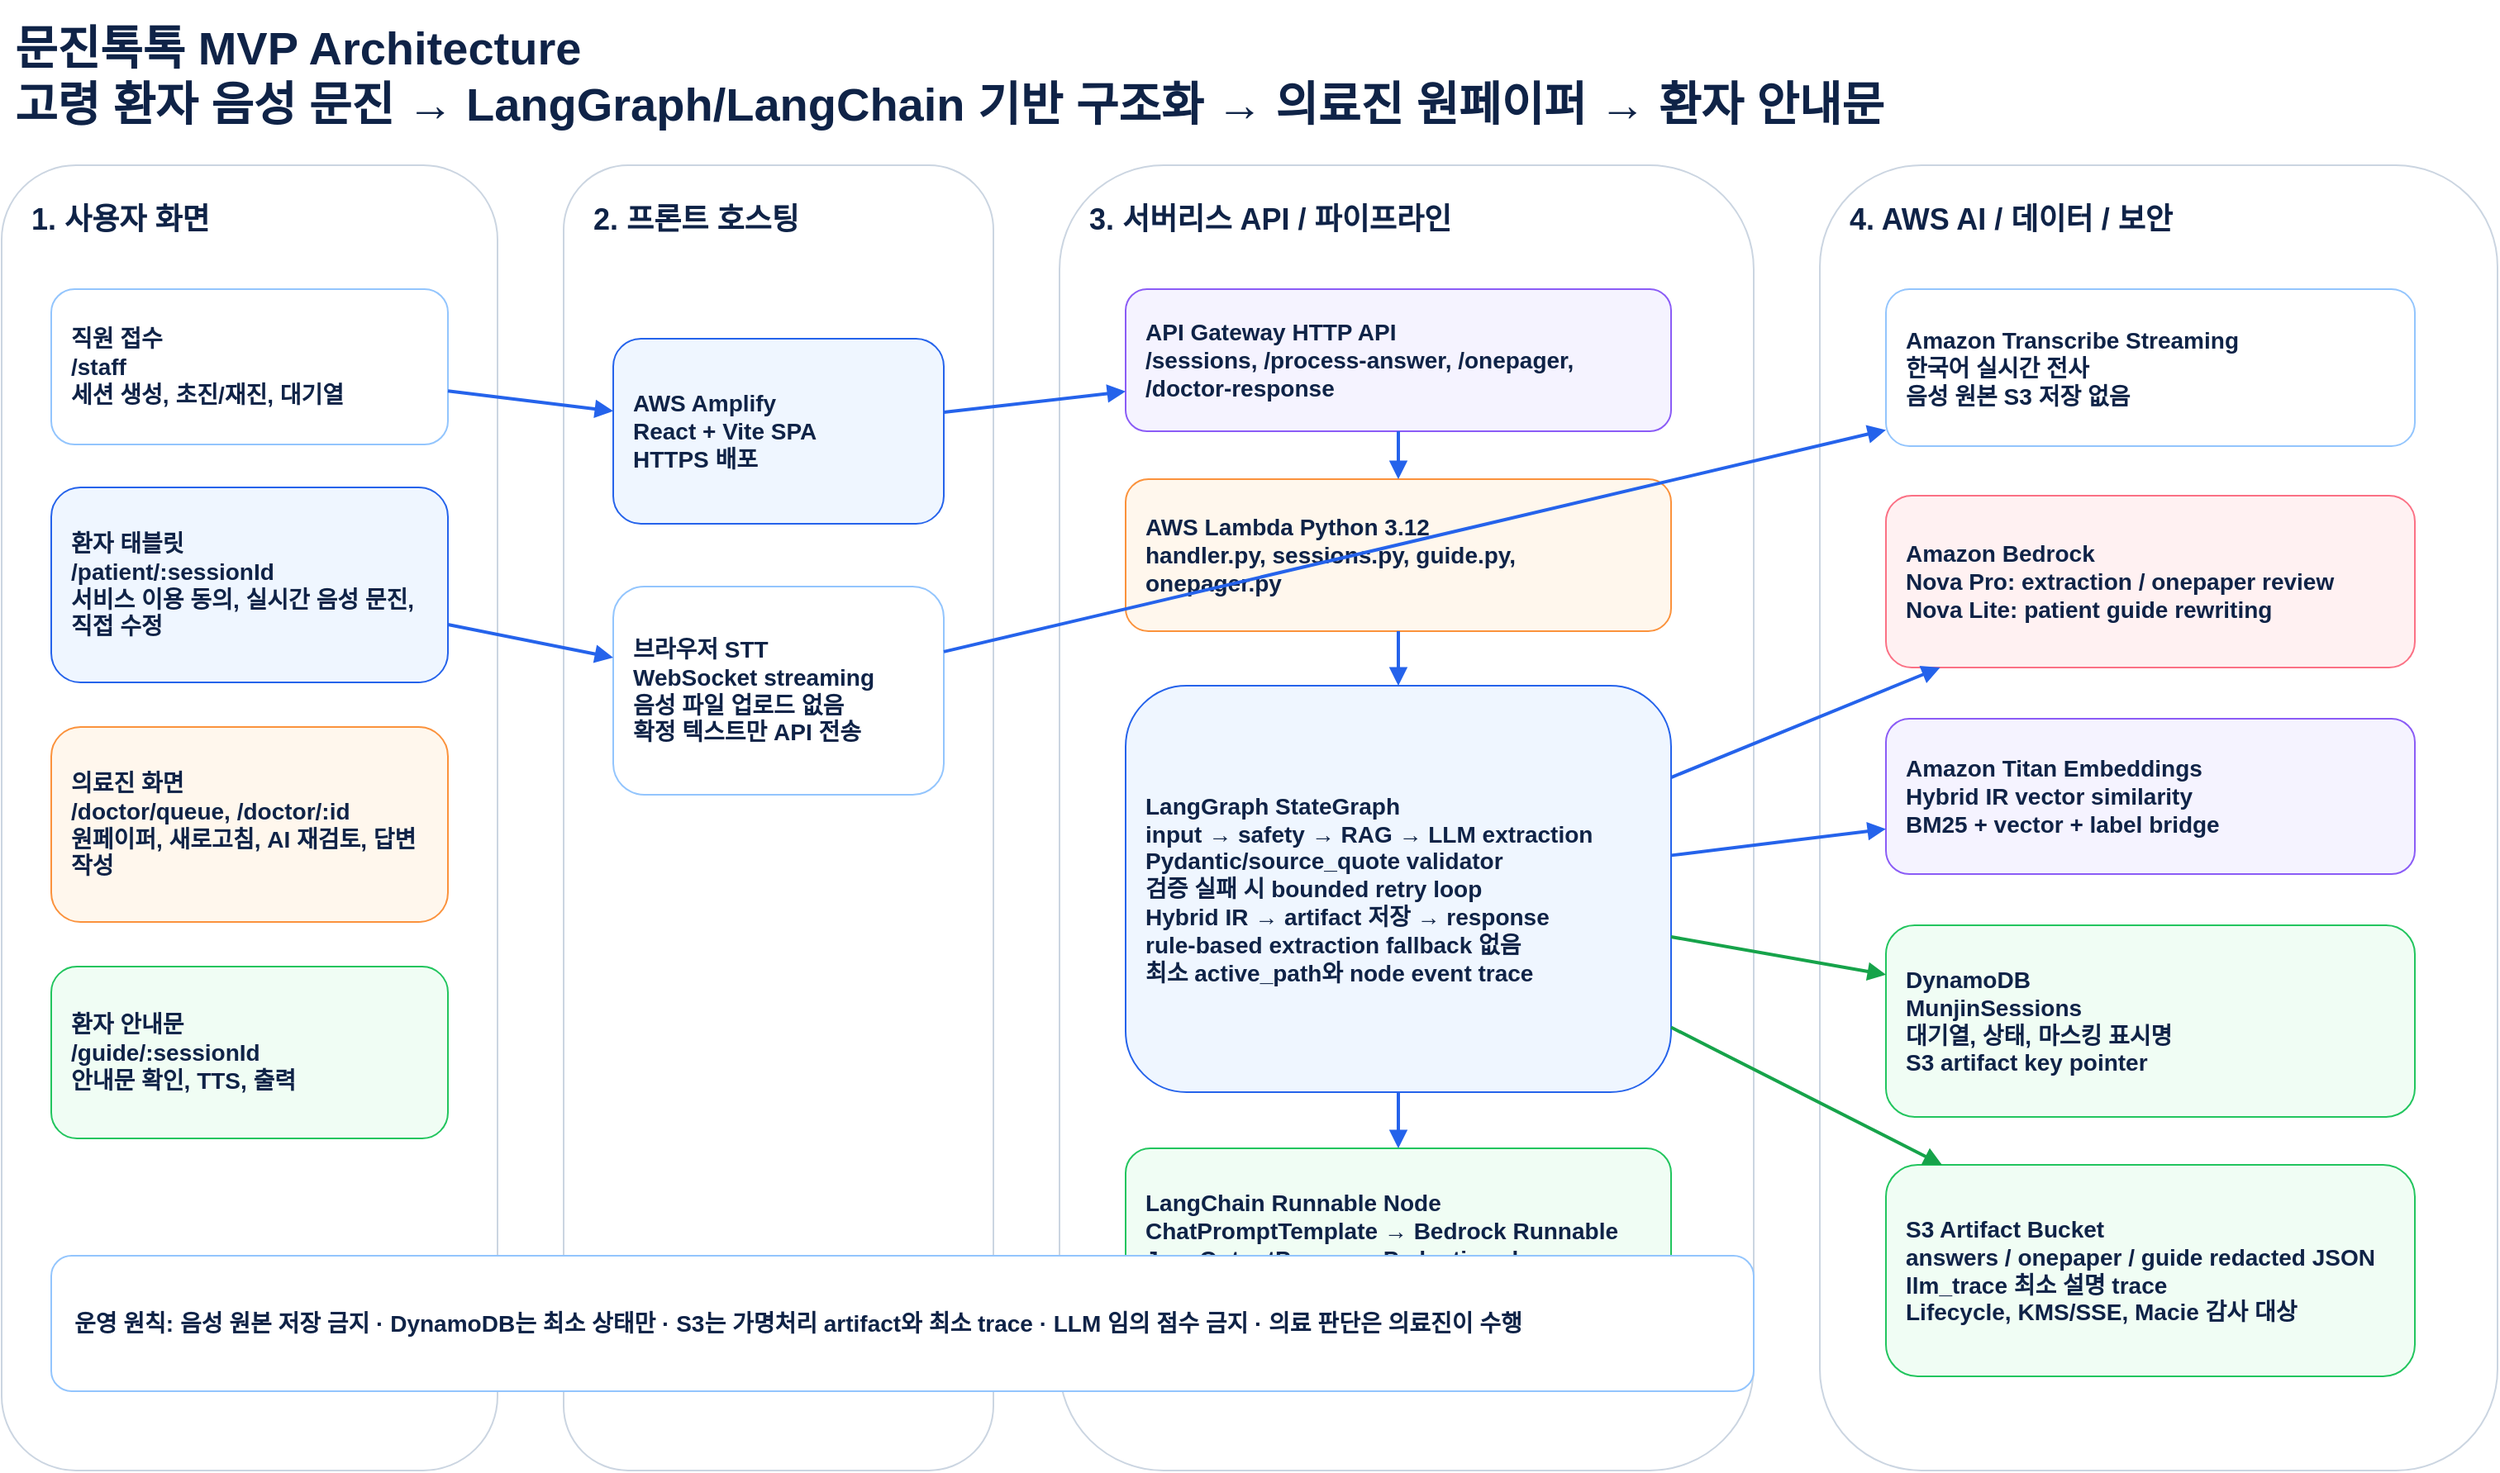
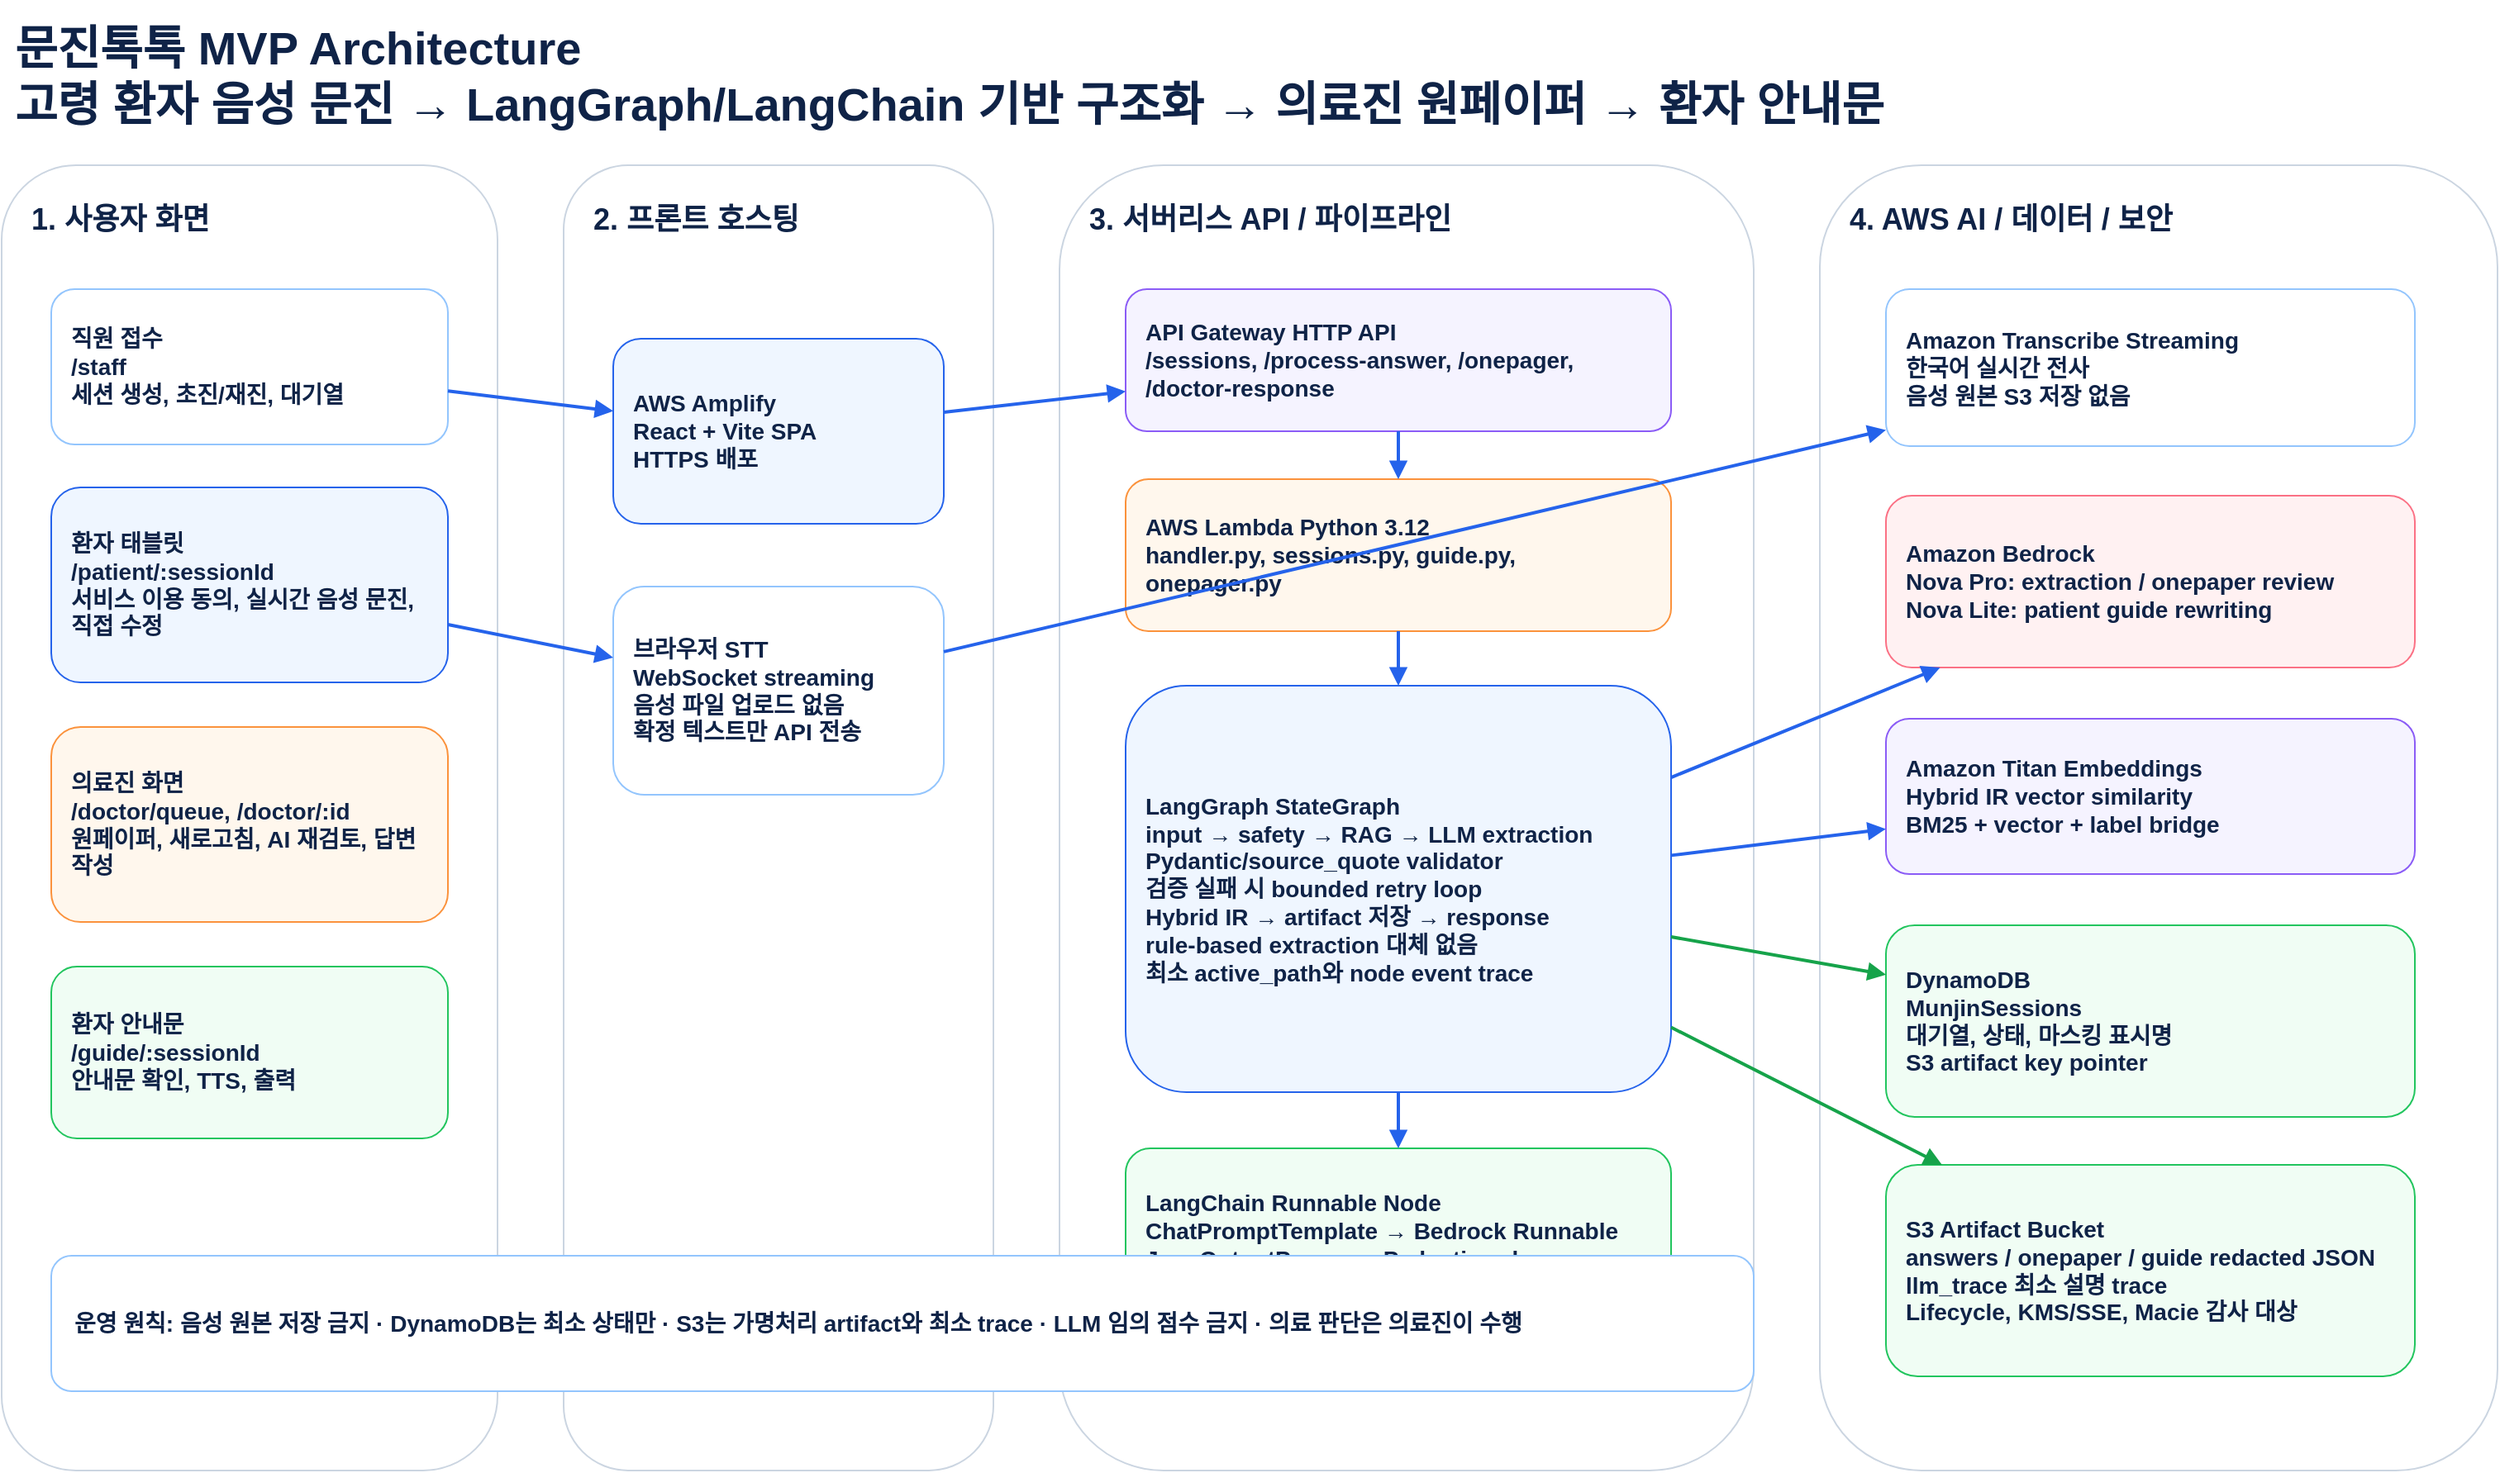
<mxfile host="app.diagrams.net" modified="2026-06-08T00:00:00.000Z" agent="Codex" version="24.7.17">
  <diagram id="munjin-architecture" name="문진톡톡 MVP Architecture">
    <mxGraphModel dx="1600" dy="1040" grid="1" gridSize="10" guides="1" tooltips="1" connect="1" arrows="1" fold="1" page="1" pageScale="1" pageWidth="1600" pageHeight="1040" math="0" shadow="0">
      <root>
        <mxCell id="0"/>
        <mxCell id="1" parent="0"/>
        <mxCell id="title" value="문진톡톡 MVP Architecture&#xa;고령 환자 음성 문진 → LangGraph/LangChain 기반 구조화 → 의료진 원페이퍼 → 환자 안내문" style="text;html=1;strokeColor=none;fillColor=none;fontSize=28;fontStyle=1;fontColor=#0f2347;align=left;verticalAlign=top;spacing=8;" vertex="1" parent="1">
          <mxGeometry x="40" y="30" width="900" height="80" as="geometry"/>
        </mxCell>
        <mxCell id="laneClient" value="1. 사용자 화면" style="rounded=1;whiteSpace=wrap;html=1;fillColor=#ffffff;strokeColor=#cbd5e1;fontSize=18;fontStyle=1;fontColor=#0f2347;align=left;verticalAlign=top;spacing=18;" vertex="1" parent="1">
          <mxGeometry x="40" y="130" width="300" height="790" as="geometry"/>
        </mxCell>
        <mxCell id="staff" value="직원 접수&#xa;/staff&#xa;세션 생성, 초진/재진, 대기열" style="rounded=1;whiteSpace=wrap;html=1;fillColor=#ffffff;strokeColor=#93c5fd;fontSize=14;fontStyle=1;fontColor=#0f2347;align=left;spacing=12;" vertex="1" parent="1">
          <mxGeometry x="70" y="205" width="240" height="94" as="geometry"/>
        </mxCell>
        <mxCell id="patient" value="환자 태블릿&#xa;/patient/:sessionId&#xa;서비스 이용 동의, 실시간 음성 문진, 직접 수정" style="rounded=1;whiteSpace=wrap;html=1;fillColor=#eff6ff;strokeColor=#2563eb;fontSize=14;fontStyle=1;fontColor=#0f2347;align=left;spacing=12;" vertex="1" parent="1">
          <mxGeometry x="70" y="325" width="240" height="118" as="geometry"/>
        </mxCell>
        <mxCell id="doctor" value="의료진 화면&#xa;/doctor/queue, /doctor/:id&#xa;원페이퍼, 새로고침, AI 재검토, 답변 작성" style="rounded=1;whiteSpace=wrap;html=1;fillColor=#fff7ed;strokeColor=#fb923c;fontSize=14;fontStyle=1;fontColor=#0f2347;align=left;spacing=12;" vertex="1" parent="1">
          <mxGeometry x="70" y="470" width="240" height="118" as="geometry"/>
        </mxCell>
        <mxCell id="guide" value="환자 안내문&#xa;/guide/:sessionId&#xa;안내문 확인, TTS, 출력" style="rounded=1;whiteSpace=wrap;html=1;fillColor=#f0fdf4;strokeColor=#22c55e;fontSize=14;fontStyle=1;fontColor=#0f2347;align=left;spacing=12;" vertex="1" parent="1">
          <mxGeometry x="70" y="615" width="240" height="104" as="geometry"/>
        </mxCell>
        <mxCell id="laneHosting" value="2. 프론트 호스팅" style="rounded=1;whiteSpace=wrap;html=1;fillColor=#ffffff;strokeColor=#cbd5e1;fontSize=18;fontStyle=1;fontColor=#0f2347;align=left;verticalAlign=top;spacing=18;" vertex="1" parent="1">
          <mxGeometry x="380" y="130" width="260" height="790" as="geometry"/>
        </mxCell>
        <mxCell id="amplify" value="AWS Amplify&#xa;React + Vite SPA&#xa;HTTPS 배포" style="rounded=1;whiteSpace=wrap;html=1;fillColor=#eff6ff;strokeColor=#2563eb;fontSize=14;fontStyle=1;fontColor=#0f2347;align=left;spacing=12;" vertex="1" parent="1">
          <mxGeometry x="410" y="235" width="200" height="112" as="geometry"/>
        </mxCell>
        <mxCell id="browserStt" value="브라우저 STT&#xa;WebSocket streaming&#xa;음성 파일 업로드 없음&#xa;확정 텍스트만 API 전송" style="rounded=1;whiteSpace=wrap;html=1;fillColor=#ffffff;strokeColor=#93c5fd;fontSize=14;fontStyle=1;fontColor=#0f2347;align=left;spacing=12;" vertex="1" parent="1">
          <mxGeometry x="410" y="385" width="200" height="126" as="geometry"/>
        </mxCell>
        <mxCell id="laneApi" value="3. 서버리스 API / 파이프라인" style="rounded=1;whiteSpace=wrap;html=1;fillColor=#ffffff;strokeColor=#cbd5e1;fontSize=18;fontStyle=1;fontColor=#0f2347;align=left;verticalAlign=top;spacing=18;" vertex="1" parent="1">
          <mxGeometry x="680" y="130" width="420" height="790" as="geometry"/>
        </mxCell>
        <mxCell id="api" value="API Gateway HTTP API&#xa;/sessions, /process-answer, /onepager, /doctor-response" style="rounded=1;whiteSpace=wrap;html=1;fillColor=#f5f3ff;strokeColor=#8b5cf6;fontSize=14;fontStyle=1;fontColor=#0f2347;align=left;spacing=12;" vertex="1" parent="1">
          <mxGeometry x="720" y="205" width="330" height="86" as="geometry"/>
        </mxCell>
        <mxCell id="lambda" value="AWS Lambda Python 3.12&#xa;handler.py, sessions.py, guide.py, onepager.py" style="rounded=1;whiteSpace=wrap;html=1;fillColor=#fff7ed;strokeColor=#fb923c;fontSize=14;fontStyle=1;fontColor=#0f2347;align=left;spacing=12;" vertex="1" parent="1">
          <mxGeometry x="720" y="320" width="330" height="92" as="geometry"/>
        </mxCell>
-         <mxCell id="langgraph" value="LangGraph StateGraph&#xa;input → safety → RAG → LLM extraction&#xa;Pydantic/source_quote validator&#xa;검증 실패 시 bounded retry loop&#xa;Hybrid IR → artifact 저장 → response&#xa;rule-based extraction fallback 없음&#xa;최소 active_path와 node event trace" style="rounded=1;whiteSpace=wrap;html=1;fillColor=#eff6ff;strokeColor=#2563eb;fontSize=14;fontStyle=1;fontColor=#0f2347;align=left;spacing=12;" vertex="1" parent="1">
+         <mxCell id="langgraph" value="LangGraph StateGraph&#xa;input → safety → RAG → LLM extraction&#xa;Pydantic/source_quote validator&#xa;검증 실패 시 bounded retry loop&#xa;Hybrid IR → artifact 저장 → response&#xa;rule-based extraction 대체 없음&#xa;최소 active_path와 node event trace" style="rounded=1;whiteSpace=wrap;html=1;fillColor=#eff6ff;strokeColor=#2563eb;fontSize=14;fontStyle=1;fontColor=#0f2347;align=left;spacing=12;" vertex="1" parent="1">
          <mxGeometry x="720" y="445" width="330" height="246" as="geometry"/>
        </mxCell>
        <mxCell id="langchain" value="LangChain Runnable Node&#xa;ChatPromptTemplate → Bedrock Runnable&#xa;JsonOutputParser → Pydantic schema" style="rounded=1;whiteSpace=wrap;html=1;fillColor=#f0fdf4;strokeColor=#22c55e;fontSize=14;fontStyle=1;fontColor=#0f2347;align=left;spacing=12;" vertex="1" parent="1">
          <mxGeometry x="720" y="725" width="330" height="100" as="geometry"/>
        </mxCell>
        <mxCell id="laneAws" value="4. AWS AI / 데이터 / 보안" style="rounded=1;whiteSpace=wrap;html=1;fillColor=#ffffff;strokeColor=#cbd5e1;fontSize=18;fontStyle=1;fontColor=#0f2347;align=left;verticalAlign=top;spacing=18;" vertex="1" parent="1">
          <mxGeometry x="1140" y="130" width="410" height="790" as="geometry"/>
        </mxCell>
        <mxCell id="transcribe" value="Amazon Transcribe Streaming&#xa;한국어 실시간 전사&#xa;음성 원본 S3 저장 없음" style="rounded=1;whiteSpace=wrap;html=1;fillColor=#ffffff;strokeColor=#93c5fd;fontSize=14;fontStyle=1;fontColor=#0f2347;align=left;spacing=12;" vertex="1" parent="1">
          <mxGeometry x="1180" y="205" width="320" height="95" as="geometry"/>
        </mxCell>
        <mxCell id="bedrock" value="Amazon Bedrock&#xa;Nova Pro: extraction / onepaper review&#xa;Nova Lite: patient guide rewriting" style="rounded=1;whiteSpace=wrap;html=1;fillColor=#fff1f2;strokeColor=#fb7185;fontSize=14;fontStyle=1;fontColor=#0f2347;align=left;spacing=12;" vertex="1" parent="1">
          <mxGeometry x="1180" y="330" width="320" height="104" as="geometry"/>
        </mxCell>
        <mxCell id="titan" value="Amazon Titan Embeddings&#xa;Hybrid IR vector similarity&#xa;BM25 + vector + label bridge" style="rounded=1;whiteSpace=wrap;html=1;fillColor=#f5f3ff;strokeColor=#8b5cf6;fontSize=14;fontStyle=1;fontColor=#0f2347;align=left;spacing=12;" vertex="1" parent="1">
          <mxGeometry x="1180" y="465" width="320" height="94" as="geometry"/>
        </mxCell>
        <mxCell id="ddb" value="DynamoDB&#xa;MunjinSessions&#xa;대기열, 상태, 마스킹 표시명&#xa;S3 artifact key pointer" style="rounded=1;whiteSpace=wrap;html=1;fillColor=#f0fdf4;strokeColor=#22c55e;fontSize=14;fontStyle=1;fontColor=#0f2347;align=left;spacing=12;" vertex="1" parent="1">
          <mxGeometry x="1180" y="590" width="320" height="116" as="geometry"/>
        </mxCell>
        <mxCell id="s3" value="S3 Artifact Bucket&#xa;answers / onepaper / guide redacted JSON&#xa;llm_trace 최소 설명 trace&#xa;Lifecycle, KMS/SSE, Macie 감사 대상" style="rounded=1;whiteSpace=wrap;html=1;fillColor=#f0fdf4;strokeColor=#22c55e;fontSize=14;fontStyle=1;fontColor=#0f2347;align=left;spacing=12;" vertex="1" parent="1">
          <mxGeometry x="1180" y="735" width="320" height="128" as="geometry"/>
        </mxCell>
        <mxCell id="principles" value="운영 원칙: 음성 원본 저장 금지 · DynamoDB는 최소 상태만 · S3는 가명처리 artifact와 최소 trace · LLM 임의 점수 금지 · 의료 판단은 의료진이 수행" style="rounded=1;whiteSpace=wrap;html=1;fillColor=#ffffff;strokeColor=#93c5fd;fontSize=14;fontStyle=1;fontColor=#0f2347;align=left;spacing=14;" vertex="1" parent="1">
          <mxGeometry x="70" y="790" width="1030" height="82" as="geometry"/>
        </mxCell>
        <mxCell id="e1" style="endArrow=block;html=1;strokeColor=#2563eb;strokeWidth=2;" edge="1" parent="1" source="staff" target="amplify"><mxGeometry relative="1" as="geometry"/></mxCell>
        <mxCell id="e2" style="endArrow=block;html=1;strokeColor=#2563eb;strokeWidth=2;" edge="1" parent="1" source="patient" target="browserStt"><mxGeometry relative="1" as="geometry"/></mxCell>
        <mxCell id="e3" style="endArrow=block;html=1;strokeColor=#2563eb;strokeWidth=2;" edge="1" parent="1" source="amplify" target="api"><mxGeometry relative="1" as="geometry"/></mxCell>
        <mxCell id="e4" style="endArrow=block;html=1;strokeColor=#2563eb;strokeWidth=2;" edge="1" parent="1" source="api" target="lambda"><mxGeometry relative="1" as="geometry"/></mxCell>
        <mxCell id="e5" style="endArrow=block;html=1;strokeColor=#2563eb;strokeWidth=2;" edge="1" parent="1" source="lambda" target="langgraph"><mxGeometry relative="1" as="geometry"/></mxCell>
        <mxCell id="e6" style="endArrow=block;html=1;strokeColor=#2563eb;strokeWidth=2;" edge="1" parent="1" source="langgraph" target="langchain"><mxGeometry relative="1" as="geometry"/></mxCell>
        <mxCell id="e7" style="endArrow=block;html=1;strokeColor=#2563eb;strokeWidth=2;" edge="1" parent="1" source="browserStt" target="transcribe"><mxGeometry relative="1" as="geometry"/></mxCell>
        <mxCell id="e8" style="endArrow=block;html=1;strokeColor=#2563eb;strokeWidth=2;" edge="1" parent="1" source="langgraph" target="bedrock"><mxGeometry relative="1" as="geometry"/></mxCell>
        <mxCell id="e9" style="endArrow=block;html=1;strokeColor=#2563eb;strokeWidth=2;" edge="1" parent="1" source="langgraph" target="titan"><mxGeometry relative="1" as="geometry"/></mxCell>
        <mxCell id="e10" style="endArrow=block;html=1;strokeColor=#16a34a;strokeWidth=2;" edge="1" parent="1" source="langgraph" target="ddb"><mxGeometry relative="1" as="geometry"/></mxCell>
        <mxCell id="e11" style="endArrow=block;html=1;strokeColor=#16a34a;strokeWidth=2;" edge="1" parent="1" source="langgraph" target="s3"><mxGeometry relative="1" as="geometry"/></mxCell>
      </root>
    </mxGraphModel>
  </diagram>
</mxfile>
